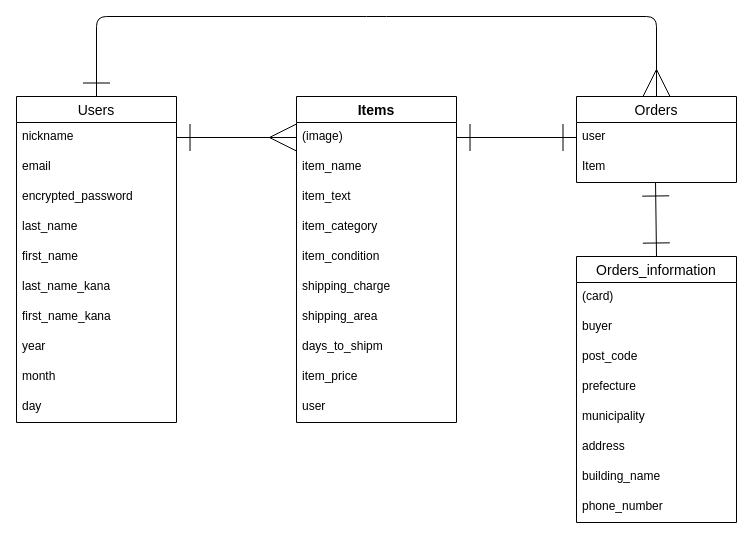
Earlier version of the draw.io diagram ER.dio (YUKI2959/furima-38699). Source tidied: cells renumbered, new cells numbered last; positions are measured from the earlier drawing's top-left corner, leaving out a move shared by most shapes. Both pictures are drawn from the tidied source at 100%, with x=0, y=0 at pixel (16, 16).
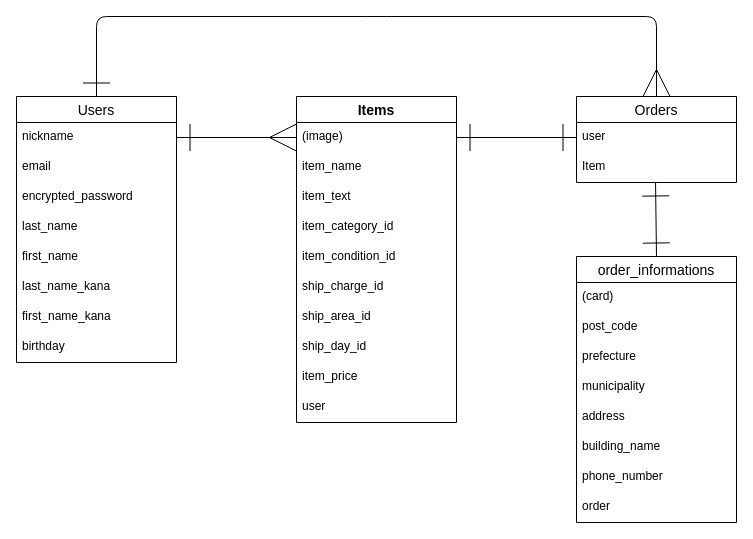
The same diagram, later.

Commit message (it also covers changes not shown here):
データベース設計 ER図 & README作成(修正1)

The change refers to these unchanged cells:
```xml
<mxCell id="14" value="Items" style="swimlane;fontStyle=1;horizontal=1;startSize=26;align=center;fontSize=14;" parent="1" vertex="1">
  <mxGeometry x="280" y="80" width="160" height="326" as="geometry" />
</mxCell>
```

Diff of the diagram source:
```diff
@@
     <mxCell id="3" value="Users" style="swimlane;fontStyle=0;horizontal=1;startSize=26;align=center;fontSize=14;" parent="1" vertex="1">
-      <mxGeometry y="80" width="160" height="326" as="geometry" />
+      <mxGeometry y="80" width="160" height="266" as="geometry" />
     </mxCell>
@@
-    <mxCell id="11" value="year" style="text;strokeColor=none;fillColor=none;spacingLeft=4;spacingRight=4;overflow=hidden;fontSize=12;" parent="3" vertex="1">
+    <mxCell id="11" value="birthday" style="text;strokeColor=none;fillColor=none;spacingLeft=4;spacingRight=4;overflow=hidden;fontSize=12;" parent="3" vertex="1">
       <mxGeometry y="236" width="160" height="30" as="geometry" />
     </mxCell>
-    <mxCell id="12" value="month" style="text;strokeColor=none;fillColor=none;spacingLeft=4;spacingRight=4;overflow=hidden;fontSize=12;" parent="3" vertex="1">
-      <mxGeometry y="266" width="160" height="30" as="geometry" />
-    </mxCell>
-    <mxCell id="13" value="day" style="text;strokeColor=none;fillColor=none;spacingLeft=4;spacingRight=4;overflow=hidden;fontSize=12;" parent="3" vertex="1">
-      <mxGeometry y="296" width="160" height="30" as="geometry" />
-    </mxCell>
@@
-    <mxCell id="18" value="item_category" style="text;strokeColor=none;fillColor=none;spacingLeft=4;spacingRight=4;overflow=hidden;fontSize=12;" parent="14" vertex="1">
+    <mxCell id="18" value="item_category_id" style="text;strokeColor=none;fillColor=none;spacingLeft=4;spacingRight=4;overflow=hidden;fontSize=12;" parent="14" vertex="1">
       <mxGeometry y="116" width="160" height="30" as="geometry" />
     </mxCell>
-    <mxCell id="19" value="item_condition" style="text;strokeColor=none;fillColor=none;spacingLeft=4;spacingRight=4;overflow=hidden;fontSize=12;" parent="14" vertex="1">
+    <mxCell id="19" value="item_condition_id" style="text;strokeColor=none;fillColor=none;spacingLeft=4;spacingRight=4;overflow=hidden;fontSize=12;" parent="14" vertex="1">
       <mxGeometry y="146" width="160" height="30" as="geometry" />
     </mxCell>
-    <mxCell id="20" value="shipping_charge" style="text;strokeColor=none;fillColor=none;spacingLeft=4;spacingRight=4;overflow=hidden;fontSize=12;" parent="14" vertex="1">
+    <mxCell id="20" value="ship_charge_id" style="text;strokeColor=none;fillColor=none;spacingLeft=4;spacingRight=4;overflow=hidden;fontSize=12;" parent="14" vertex="1">
       <mxGeometry y="176" width="160" height="30" as="geometry" />
     </mxCell>
-    <mxCell id="21" value="shipping_area" style="text;strokeColor=none;fillColor=none;spacingLeft=4;spacingRight=4;overflow=hidden;fontSize=12;" parent="14" vertex="1">
+    <mxCell id="21" value="ship_area_id" style="text;strokeColor=none;fillColor=none;spacingLeft=4;spacingRight=4;overflow=hidden;fontSize=12;" parent="14" vertex="1">
       <mxGeometry y="206" width="160" height="30" as="geometry" />
     </mxCell>
-    <mxCell id="22" value="days_to_shipm" style="text;strokeColor=none;fillColor=none;spacingLeft=4;spacingRight=4;overflow=hidden;fontSize=12;" parent="14" vertex="1">
+    <mxCell id="22" value="ship_day_id" style="text;strokeColor=none;fillColor=none;spacingLeft=4;spacingRight=4;overflow=hidden;fontSize=12;" parent="14" vertex="1">
       <mxGeometry y="236" width="160" height="30" as="geometry" />
     </mxCell>
@@
-    <mxCell id="28" value="Orders_information" style="swimlane;fontStyle=0;horizontal=1;startSize=26;align=center;fontSize=14;" parent="1" vertex="1">
+    <mxCell id="28" value="order_informations" style="swimlane;fontStyle=0;horizontal=1;startSize=26;align=center;fontSize=14;" parent="1" vertex="1">
       <mxGeometry x="560" y="240" width="160" height="266" as="geometry" />
     </mxCell>
@@
-    <mxCell id="30" value="buyer" style="text;strokeColor=none;fillColor=none;spacingLeft=4;spacingRight=4;overflow=hidden;fontSize=12;" parent="28" vertex="1">
-      <mxGeometry y="56" width="160" height="30" as="geometry" />
-    </mxCell>
     <mxCell id="31" value="post_code" style="text;strokeColor=none;fillColor=none;spacingLeft=4;spacingRight=4;overflow=hidden;fontSize=12;" parent="28" vertex="1">
-      <mxGeometry y="86" width="160" height="30" as="geometry" />
+      <mxGeometry y="56" width="160" height="30" as="geometry" />
     </mxCell>
     <mxCell id="32" value="prefecture" style="text;strokeColor=none;fillColor=none;spacingLeft=4;spacingRight=4;overflow=hidden;fontSize=12;" parent="28" vertex="1">
-      <mxGeometry y="116" width="160" height="30" as="geometry" />
+      <mxGeometry y="86" width="160" height="30" as="geometry" />
     </mxCell>
     <mxCell id="33" value="municipality" style="text;strokeColor=none;fillColor=none;spacingLeft=4;spacingRight=4;overflow=hidden;fontSize=12;" parent="28" vertex="1">
-      <mxGeometry y="146" width="160" height="30" as="geometry" />
+      <mxGeometry y="116" width="160" height="30" as="geometry" />
     </mxCell>
     <mxCell id="34" value="address" style="text;strokeColor=none;fillColor=none;spacingLeft=4;spacingRight=4;overflow=hidden;fontSize=12;" parent="28" vertex="1">
-      <mxGeometry y="176" width="160" height="30" as="geometry" />
+      <mxGeometry y="146" width="160" height="30" as="geometry" />
     </mxCell>
     <mxCell id="35" value="building_name" style="text;strokeColor=none;fillColor=none;spacingLeft=4;spacingRight=4;overflow=hidden;fontSize=12;" parent="28" vertex="1">
-      <mxGeometry y="206" width="160" height="30" as="geometry" />
+      <mxGeometry y="176" width="160" height="30" as="geometry" />
     </mxCell>
     <mxCell id="36" value="phone_number" style="text;strokeColor=none;fillColor=none;spacingLeft=4;spacingRight=4;overflow=hidden;fontSize=12;" parent="28" vertex="1">
-      <mxGeometry y="236" width="160" height="30" as="geometry" />
+      <mxGeometry y="206" width="160" height="30" as="geometry" />
     </mxCell>
+    <mxCell id="40" value="order" style="text;strokeColor=none;fillColor=none;spacingLeft=4;spacingRight=4;overflow=hidden;fontSize=12;" parent="28" vertex="1">
+      <mxGeometry y="236" width="160" height="30" as="geometry" />
+    </mxCell>
```
